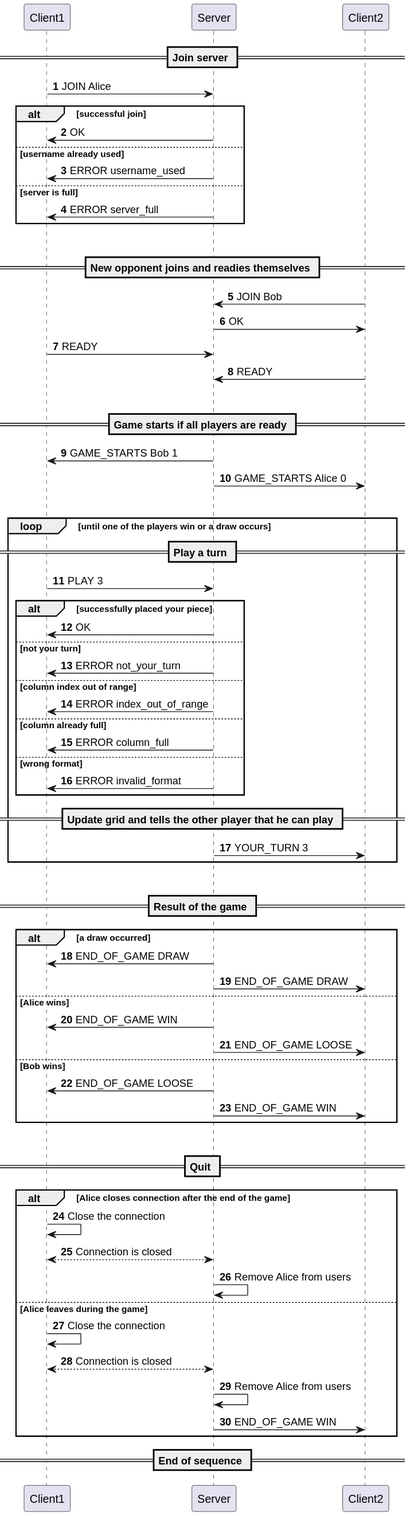
This is docs/appProtocol/diag_protocol.svg from Tigid0u/connect-4, a PlantUML export, as it was before one commit.
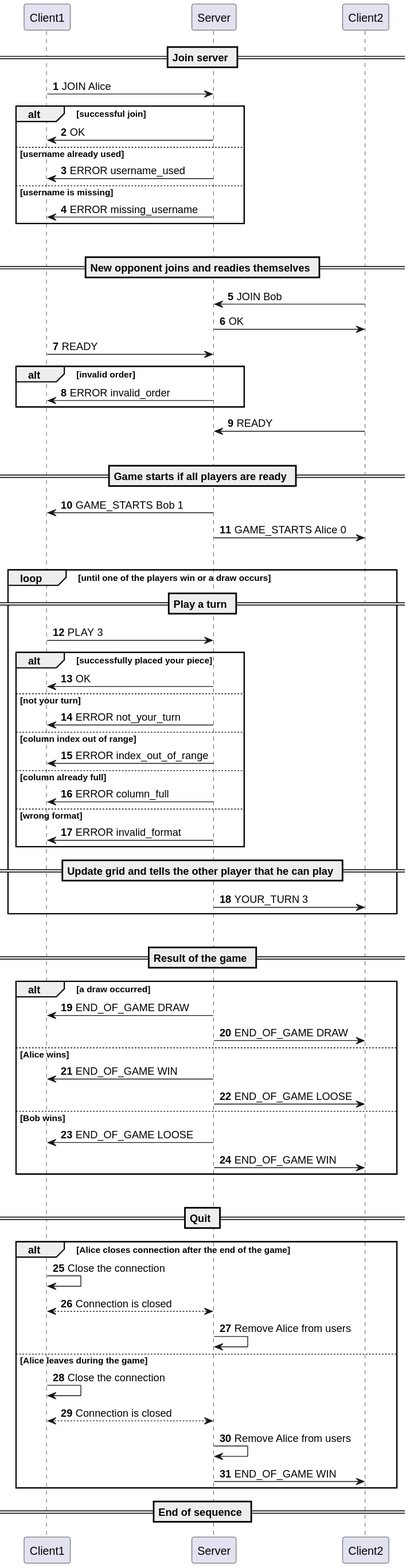
Above is the later version.

Commit message:
Added new errors for commands related to the order the client has to write them. Updated server implementation (not finished)

The edit, as a diff of the source:
```diff
@@ -17,9 +17,9 @@
 
     Server -> Client1: ERROR username_used
 
-else server is full
+else username is missing
 
-    Server -> Client1: ERROR server_full
+    Server -> Client1: ERROR missing_username
 
 end
 
@@ -31,6 +31,10 @@
 Server -> Client2: OK
 
 Client1 -> Server: READY
+alt invalid order
+Server -> Client1: ERROR invalid_order
+end
+
 Client2 -> Server: READY
 
 |||
```
